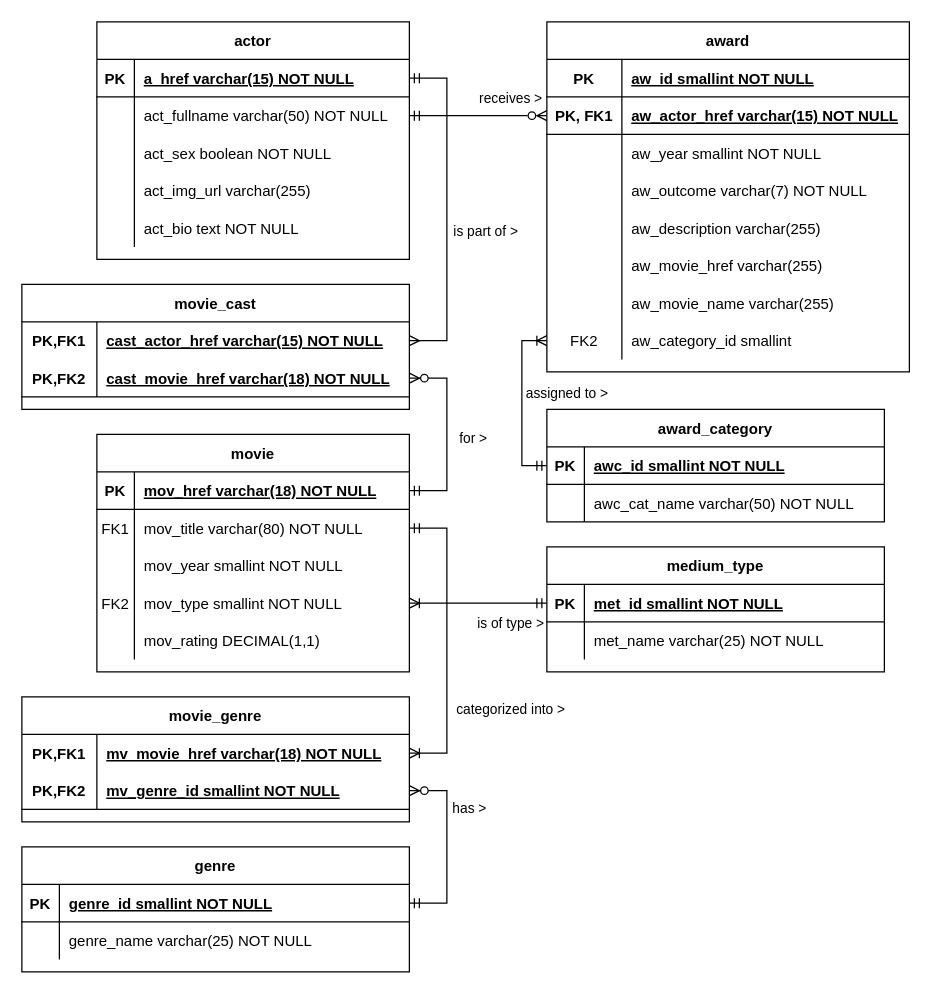
Above: charts/ERD_IMDB_Analysis.drawio in Mushroomator/IMDb-Analyser (draw.io), before the change. Source tidied: cells renumbered, new cells numbered last; positions are measured from the earlier drawing's top-left corner, leaving out a move shared by most shapes. Both pictures are drawn from the tidied source at 125%, with x=0, y=0 at pixel (21, 21).
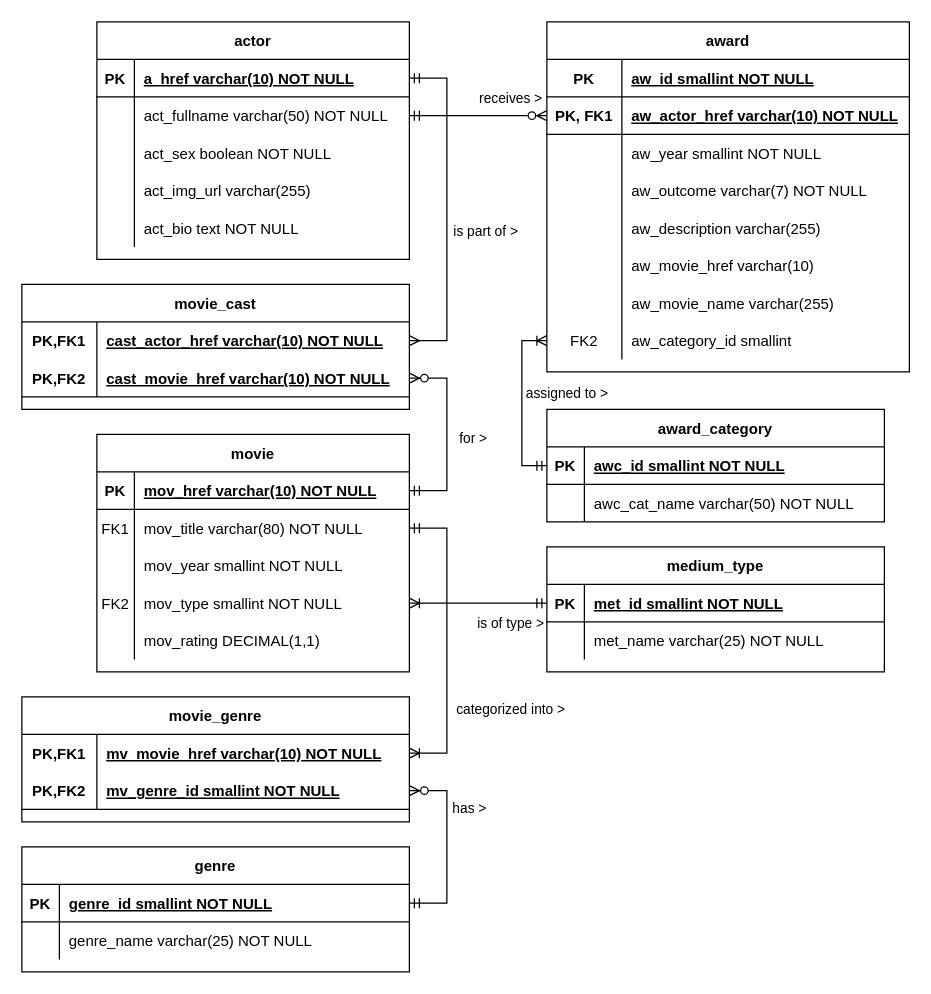
The same page after the edit.

The change refers to these unchanged cells:
```xml
<mxCell id="6" style="shape=partialRectangle;fillColor=none;points=[[0,0.5],[1,0.5]];portConstraint=eastwest;top=0;left=0;right=0;bottom=1;" parent="2" vertex="1">
  <mxGeometry y="60" width="290" height="30" as="geometry" />
</mxCell>
<mxCell id="18" style="shape=partialRectangle;fillColor=none;top=0;left=0;right=0;bottom=0;" parent="2" vertex="1">
  <mxGeometry y="180" width="290" height="30" as="geometry" />
</mxCell>
<mxCell id="28" style="shape=partialRectangle;fillColor=none;points=[[0,0.5],[1,0.5]];portConstraint=eastwest;top=0;left=0;right=0;bottom=1;" parent="27" vertex="1">
  <mxGeometry y="30" width="250" height="30" as="geometry" />
</mxCell>
<mxCell id="44" style="shape=partialRectangle;fillColor=none;points=[[0,0.5],[1,0.5]];portConstraint=eastwest;top=0;left=0;right=0;bottom=1;" parent="43" vertex="1">
  <mxGeometry y="30" width="250" height="30" as="geometry" />
</mxCell>
<mxCell id="60" style="shape=partialRectangle;fillColor=none;top=0;left=0;bottom=0;right=0;points=[[0,0.5],[1,0.5]];portConstraint=eastwest;" parent="59" vertex="1">
  <mxGeometry y="30" width="310" height="30" as="geometry" />
</mxCell>
<mxCell id="63" style="shape=partialRectangle;fillColor=none;top=0;left=0;bottom=1;right=0;points=[[0,0.5],[1,0.5]];portConstraint=eastwest;" parent="59" vertex="1">
  <mxGeometry y="60" width="310" height="30" as="geometry" />
</mxCell>
<mxCell id="73" style="shape=partialRectangle;fillColor=none;top=0;left=0;bottom=0;right=0;points=[[0,0.5],[1,0.5]];portConstraint=eastwest;labelBackgroundColor=none;" parent="72" vertex="1">
  <mxGeometry y="30" width="310" height="30" as="geometry" />
</mxCell>
```

What changed in the source:
```diff
@@
-    <mxCell id="8" value="aw_actor_href varchar(15) NOT NULL" style="shape=partialRectangle;overflow=hidden;fillColor=none;top=0;left=0;bottom=0;right=0;align=left;spacingLeft=6;fontStyle=5;" parent="6" vertex="1">
+    <mxCell id="8" value="aw_actor_href varchar(10) NOT NULL" style="shape=partialRectangle;overflow=hidden;fillColor=none;top=0;left=0;bottom=0;right=0;align=left;spacingLeft=6;fontStyle=5;" parent="6" vertex="1">
       <mxGeometry x="60" width="230" height="30" as="geometry" />
     </mxCell>
@@
-    <mxCell id="20" value="aw_movie_href varchar(255)" style="shape=partialRectangle;overflow=hidden;fillColor=none;top=0;left=0;bottom=0;right=0;align=left;spacingLeft=6;" parent="18" vertex="1">
+    <mxCell id="20" value="aw_movie_href varchar(10)" style="shape=partialRectangle;overflow=hidden;fillColor=none;top=0;left=0;bottom=0;right=0;align=left;spacingLeft=6;" parent="18" vertex="1">
       <mxGeometry x="60" width="230" height="30" as="geometry" />
     </mxCell>
@@
-    <mxCell id="30" value="mov_href varchar(18) NOT NULL" style="shape=partialRectangle;overflow=hidden;fillColor=none;top=0;left=0;bottom=0;right=0;align=left;spacingLeft=6;fontStyle=5;" parent="28" vertex="1">
+    <mxCell id="30" value="mov_href varchar(10) NOT NULL" style="shape=partialRectangle;overflow=hidden;fillColor=none;top=0;left=0;bottom=0;right=0;align=left;spacingLeft=6;fontStyle=5;" parent="28" vertex="1">
       <mxGeometry x="30" width="220" height="30" as="geometry" />
     </mxCell>
@@
-    <mxCell id="46" value="a_href varchar(15) NOT NULL " style="shape=partialRectangle;overflow=hidden;fillColor=none;top=0;left=0;bottom=0;right=0;align=left;spacingLeft=6;fontStyle=5;" parent="44" vertex="1">
+    <mxCell id="46" value="a_href varchar(10) NOT NULL " style="shape=partialRectangle;overflow=hidden;fillColor=none;top=0;left=0;bottom=0;right=0;align=left;spacingLeft=6;fontStyle=5;" parent="44" vertex="1">
       <mxGeometry x="30" width="220" height="30" as="geometry" />
     </mxCell>
@@
-    <mxCell id="62" value="cast_actor_href varchar(15) NOT NULL" style="shape=partialRectangle;fillColor=none;top=0;left=0;bottom=0;right=0;align=left;spacingLeft=6;fontStyle=5;overflow=hidden;" parent="60" vertex="1">
+    <mxCell id="62" value="cast_actor_href varchar(10) NOT NULL" style="shape=partialRectangle;fillColor=none;top=0;left=0;bottom=0;right=0;align=left;spacingLeft=6;fontStyle=5;overflow=hidden;" parent="60" vertex="1">
       <mxGeometry x="60" width="250" height="30" as="geometry" />
     </mxCell>
@@
-    <mxCell id="65" value="cast_movie_href varchar(18) NOT NULL" style="shape=partialRectangle;fillColor=none;top=0;left=0;bottom=0;right=0;align=left;spacingLeft=6;fontStyle=5;overflow=hidden;" parent="63" vertex="1">
+    <mxCell id="65" value="cast_movie_href varchar(10) NOT NULL" style="shape=partialRectangle;fillColor=none;top=0;left=0;bottom=0;right=0;align=left;spacingLeft=6;fontStyle=5;overflow=hidden;" parent="63" vertex="1">
       <mxGeometry x="60" width="250" height="30" as="geometry" />
     </mxCell>
@@
-    <mxCell id="75" value="mv_movie_href varchar(18) NOT NULL" style="shape=partialRectangle;fillColor=none;top=0;left=0;bottom=0;right=0;align=left;spacingLeft=6;fontStyle=5;overflow=hidden;labelBackgroundColor=none;" parent="73" vertex="1">
+    <mxCell id="75" value="mv_movie_href varchar(10) NOT NULL" style="shape=partialRectangle;fillColor=none;top=0;left=0;bottom=0;right=0;align=left;spacingLeft=6;fontStyle=5;overflow=hidden;labelBackgroundColor=none;" parent="73" vertex="1">
       <mxGeometry x="60" width="250" height="30" as="geometry" />
     </mxCell>
```
